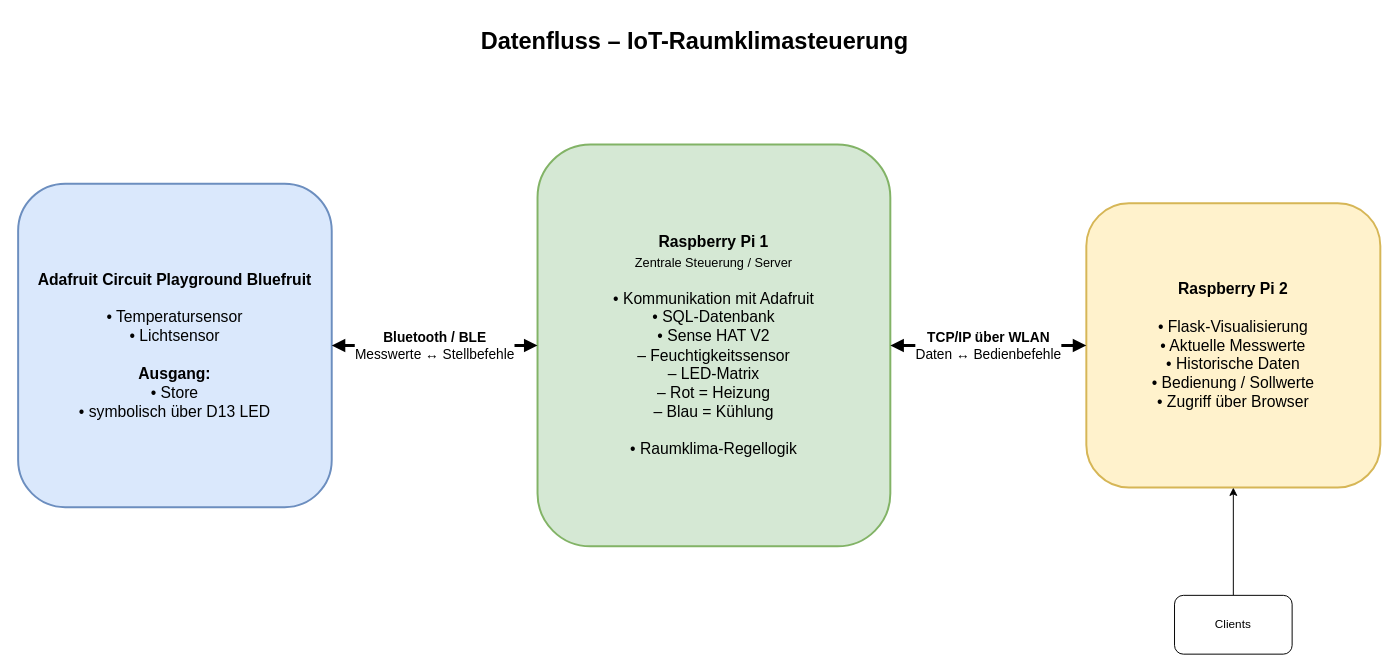
This is Doc/Aufgabenstellung/Datenflussprinzip.drawio from niklaus619/TA_V_IoT, a draw.io file, before an edit. Source tidied: cells renumbered, new cells numbered last; positions are measured from the earlier drawing's top-left corner, leaving out a move shared by most shapes. Both pictures are drawn from the tidied source at 98%, with x=0, y=0 at pixel (18, 17).
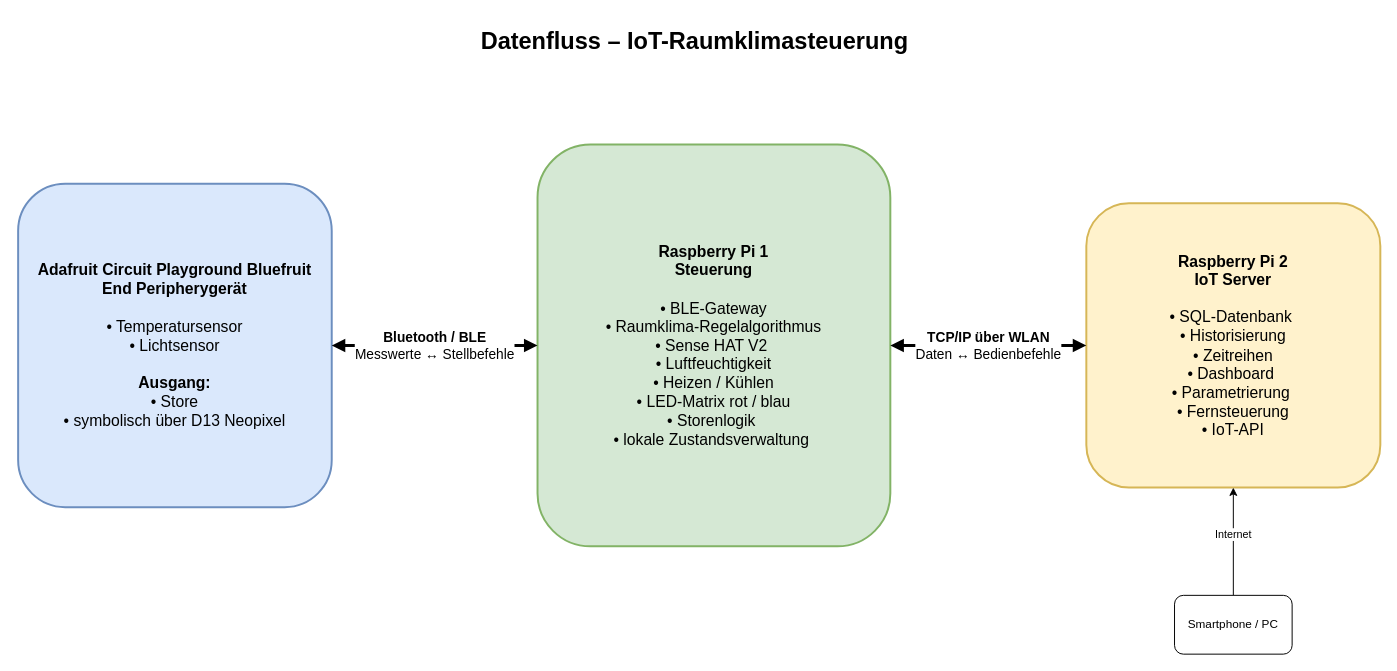
After the change.

What changed in the source:
```diff
@@
 <mxGraphModel>
   <root>
     <mxCell id="0" />
     <mxCell id="1" parent="0" />
     <mxCell id="2" value="&lt;b&gt;Datenfluss – IoT-Raumklimasteuerung&lt;/b&gt;" style="text;html=1;align=center;verticalAlign=middle;fontSize=24;fontStyle=1;strokeColor=none;fillColor=none;" parent="1" vertex="1">
       <mxGeometry x="320" width="740" height="50" as="geometry" />
     </mxCell>
-    <mxCell id="3" value="&lt;b&gt;Adafruit Circuit Playground Bluefruit&lt;/b&gt;&lt;br&gt;&lt;br&gt;• Temperatursensor&lt;br&gt;• Lichtsensor&lt;br&gt;&lt;br&gt;&lt;b&gt;Ausgang:&lt;/b&gt;&lt;br&gt;• Store&lt;br&gt;• symbolisch über D13 LED" style="rounded=1;whiteSpace=wrap;html=1;fillColor=#dae8fc;strokeColor=#6c8ebf;strokeWidth=2;fontSize=16;" parent="1" vertex="1">
+    <mxCell id="3" value="&lt;b&gt;Adafruit Circuit Playground Bluefruit&lt;br&gt;End Peripherygerät&lt;/b&gt;&lt;br&gt;&lt;br&gt;• Temperatursensor&lt;br&gt;• Lichtsensor&lt;br&gt;&lt;br&gt;&lt;b&gt;Ausgang:&lt;/b&gt;&lt;br&gt;• Store&lt;br&gt;• symbolisch über D13 Neopixel" style="rounded=1;whiteSpace=wrap;html=1;fillColor=#dae8fc;strokeColor=#6c8ebf;strokeWidth=2;fontSize=16;" parent="1" vertex="1">
       <mxGeometry y="170" width="320" height="330" as="geometry" />
     </mxCell>
-    <mxCell id="4" value="&lt;b&gt;Raspberry Pi 1&lt;/b&gt;&lt;br&gt;&lt;font size='2'&gt;Zentrale Steuerung / Server&lt;/font&gt;&lt;br&gt;&lt;br&gt;• Kommunikation mit Adafruit&lt;br&gt;• SQL-Datenbank&lt;br&gt;• Sense HAT V2&lt;br&gt;  – Feuchtigkeitssensor&lt;br&gt;  – LED-Matrix&lt;br&gt;  – Rot = Heizung&lt;br&gt;  – Blau = Kühlung&lt;br&gt;&lt;br&gt;• Raumklima-Regellogik" style="rounded=1;whiteSpace=wrap;html=1;fillColor=#d5e8d4;strokeColor=#82b366;strokeWidth=2;fontSize=16;" parent="1" vertex="1">
+    <mxCell id="4" value="&lt;b&gt;Raspberry Pi 1&lt;br&gt;Steuerung&lt;/b&gt;&lt;br&gt;&lt;br&gt;&amp;nbsp;• BLE-Gateway&amp;nbsp;&lt;div&gt;&amp;nbsp;• Raumklima-Regelalgorithmus&amp;nbsp;&lt;/div&gt;&lt;div&gt;• Sense HAT V2&amp;nbsp;&lt;/div&gt;&lt;div&gt;• Luftfeuchtigkeit&lt;/div&gt;&lt;div&gt;• Heizen / Kühlen&lt;/div&gt;&lt;div&gt;• LED-Matrix rot / blau&lt;/div&gt;&lt;div&gt;• Storenlogik&amp;nbsp;&lt;/div&gt;&lt;div&gt;• lokale Zustandsverwaltung&amp;nbsp;&lt;/div&gt;" style="rounded=1;whiteSpace=wrap;html=1;fillColor=#d5e8d4;strokeColor=#82b366;strokeWidth=2;fontSize=16;" parent="1" vertex="1">
       <mxGeometry x="530" y="130" width="360" height="410" as="geometry" />
     </mxCell>
-    <mxCell id="5" value="&lt;b&gt;Raspberry Pi 2&lt;/b&gt;&lt;br&gt;&lt;br&gt;• Flask-Visualisierung&lt;br&gt;• Aktuelle Messwerte&lt;br&gt;• Historische Daten&lt;br&gt;• Bedienung / Sollwerte&lt;br&gt;• Zugriff über Browser" style="rounded=1;whiteSpace=wrap;html=1;fillColor=#fff2cc;strokeColor=#d6b656;strokeWidth=2;fontSize=16;" parent="1" vertex="1">
+    <mxCell id="5" value="&lt;b&gt;Raspberry Pi 2&lt;/b&gt;&lt;div&gt;&lt;b&gt;IoT Server&lt;br&gt;&lt;/b&gt;&lt;br&gt;&lt;/div&gt;&lt;div&gt;• SQL-Datenbank&amp;nbsp;&lt;/div&gt;&lt;div&gt;• Historisierung&lt;/div&gt;&lt;div&gt;• Zeitreihen&lt;/div&gt;&lt;div&gt;• Dashboard&amp;nbsp;&lt;/div&gt;&lt;div&gt;• Parametrierung&amp;nbsp;&lt;/div&gt;&lt;div&gt;• Fernsteuerung&lt;/div&gt;&lt;div&gt;• IoT-API&lt;/div&gt;" style="rounded=1;whiteSpace=wrap;html=1;fillColor=#fff2cc;strokeColor=#d6b656;strokeWidth=2;fontSize=16;" parent="1" vertex="1">
       <mxGeometry x="1090" y="190" width="300" height="290" as="geometry" />
     </mxCell>
     <mxCell id="6" value="&lt;b&gt;Bluetooth / BLE&lt;/b&gt;&lt;br&gt;Messwerte ↔ Stellbefehle" style="edgeStyle=orthogonalEdgeStyle;rounded=1;jettySize=auto;html=1;startArrow=block;startFill=1;endArrow=block;endFill=1;strokeWidth=3;fontSize=14;" parent="1" edge="1" source="3" target="4">
       <mxGeometry relative="1" as="geometry" />
     </mxCell>
     <mxCell id="7" value="&lt;b&gt;TCP/IP über WLAN&lt;/b&gt;&lt;br&gt;Daten ↔ Bedienbefehle" style="edgeStyle=orthogonalEdgeStyle;rounded=1;jettySize=auto;html=1;startArrow=block;startFill=1;endArrow=block;endFill=1;strokeWidth=3;fontSize=14;" parent="1" edge="1" source="4" target="5">
       <mxGeometry relative="1" as="geometry" />
     </mxCell>
     <mxCell id="8" style="edgeStyle=none;html=1;" parent="1" edge="1" source="9" target="5">
       <mxGeometry relative="1" as="geometry" />
     </mxCell>
+    <mxCell id="10" value="Internet" style="edgeLabel;html=1;align=center;verticalAlign=middle;" parent="8" vertex="1">
+      <mxGeometry x="0.15" y="1" relative="1" as="geometry" />
+    </mxCell>
-    <mxCell id="9" value="Clients" style="rounded=1;whiteSpace=wrap;html=1;" parent="1" vertex="1">
+    <mxCell id="9" value="Smartphone / PC" style="rounded=1;whiteSpace=wrap;html=1;" parent="1" vertex="1">
       <mxGeometry x="1180" y="590" width="120" height="60" as="geometry" />
     </mxCell>
   </root>
 </mxGraphModel>
```
